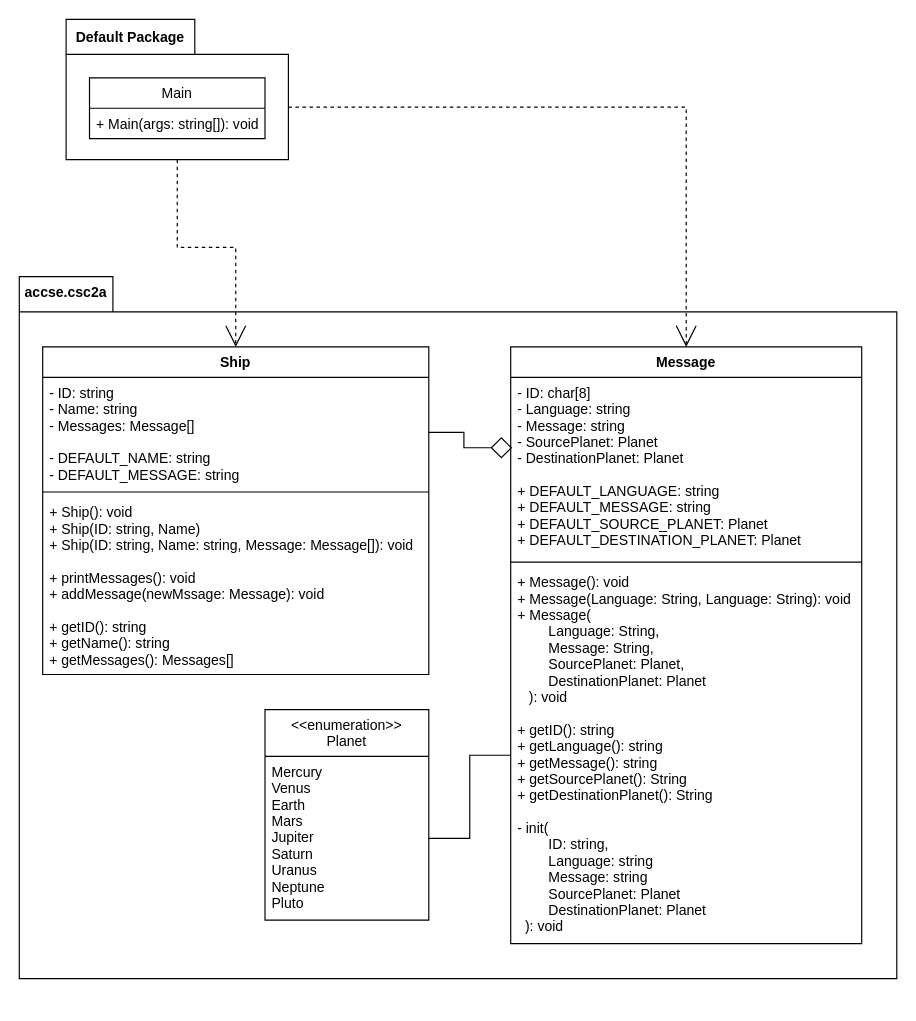
This is docs/UML.drawio from ThaBeanBoy/UJ_CSC2A_P02, a draw.io file, before an edit. Source tidied: cells renumbered, new cells numbered last; positions are measured from the earlier drawing's top-left corner, leaving out a move shared by most shapes. Both pictures are drawn from the tidied source at 117%, with x=0, y=0 at pixel (19, 19).
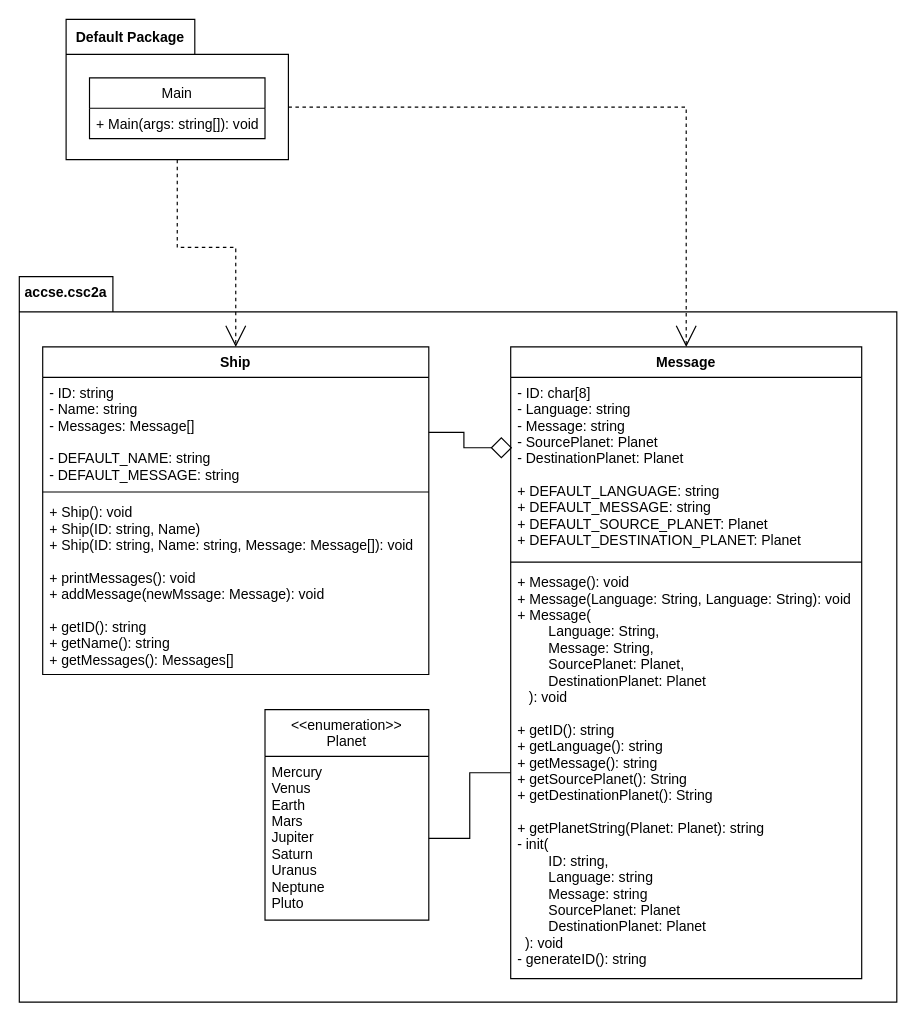
The same page after the edit.

The edit, as a diff of the source:
```diff
@@
     <mxCell id="2" style="shape=folder;fontStyle=1;spacingTop=10;tabWidth=80;tabHeight=30;tabPosition=left;html=1;" parent="1" vertex="1">
-      <mxGeometry y="220" width="750" height="600" as="geometry" />
+      <mxGeometry y="220" width="750" height="620" as="geometry" />
     </mxCell>
@@
     <mxCell id="8" value="Message" style="swimlane;fontStyle=1;align=center;verticalAlign=top;horizontal=1;startSize=26;" parent="1" vertex="1">
-      <mxGeometry x="420" y="280" width="300" height="510" as="geometry" />
+      <mxGeometry x="420" y="280" width="300" height="540" as="geometry" />
     </mxCell>
@@
-    <mxCell id="11" value="+ Message(): void&#10;+ Message(Language: String, Language: String): void&#10;+ Message(&#10;        Language: String, &#10;        Message: String,&#10;        SourcePlanet: Planet,&#10;        DestinationPlanet: Planet&#10;   ): void&#10;&#10;+ getID(): string&#10;+ getLanguage(): string&#10;+ getMessage(): string&#10;+ getSourcePlanet(): String&#10;+ getDestinationPlanet(): String&#10;&#10;- init(&#10;        ID: string,&#10;        Language: string&#10;        Message: string&#10;        SourcePlanet: Planet&#10;        DestinationPlanet: Planet&#10;  ): void" style="text;strokeColor=none;fillColor=none;align=left;verticalAlign=top;spacingLeft=4;spacingRight=4;overflow=hidden;points=[[0,0.5],[1,0.5]];portConstraint=eastwest;" parent="8" vertex="1">
-      <mxGeometry y="188" width="300" height="322" as="geometry" />
+    <mxCell id="11" value="+ Message(): void&#10;+ Message(Language: String, Language: String): void&#10;+ Message(&#10;        Language: String, &#10;        Message: String,&#10;        SourcePlanet: Planet,&#10;        DestinationPlanet: Planet&#10;   ): void&#10;&#10;+ getID(): string&#10;+ getLanguage(): string&#10;+ getMessage(): string&#10;+ getSourcePlanet(): String&#10;+ getDestinationPlanet(): String&#10;&#10;+ getPlanetString(Planet: Planet): string&#10;- init(&#10;        ID: string,&#10;        Language: string&#10;        Message: string&#10;        SourcePlanet: Planet&#10;        DestinationPlanet: Planet&#10;  ): void&#10;- generateID(): string&#10;&#10;" style="text;strokeColor=none;fillColor=none;align=left;verticalAlign=top;spacingLeft=4;spacingRight=4;overflow=hidden;points=[[0,0.5],[1,0.5]];portConstraint=eastwest;" parent="8" vertex="1">
+      <mxGeometry y="188" width="300" height="352" as="geometry" />
     </mxCell>
```
